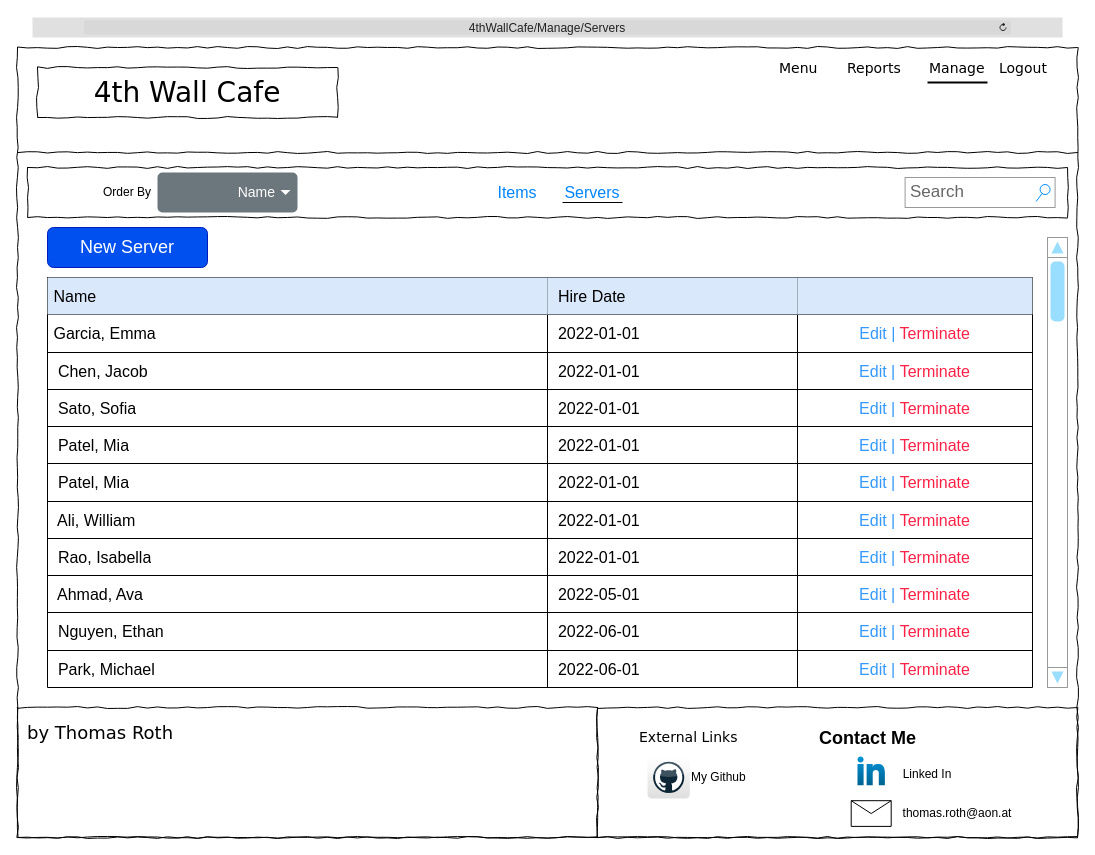
This is WF_Manage_Servers.drawio from TRed91/4thWallCafe, a draw.io file, before an edit. Source tidied: cells renumbered, new cells numbered last; positions are measured from the earlier drawing's top-left corner, leaving out a move shared by most shapes. Both pictures are drawn from the tidied source at 100%, with x=0, y=0 at pixel (17, 17).
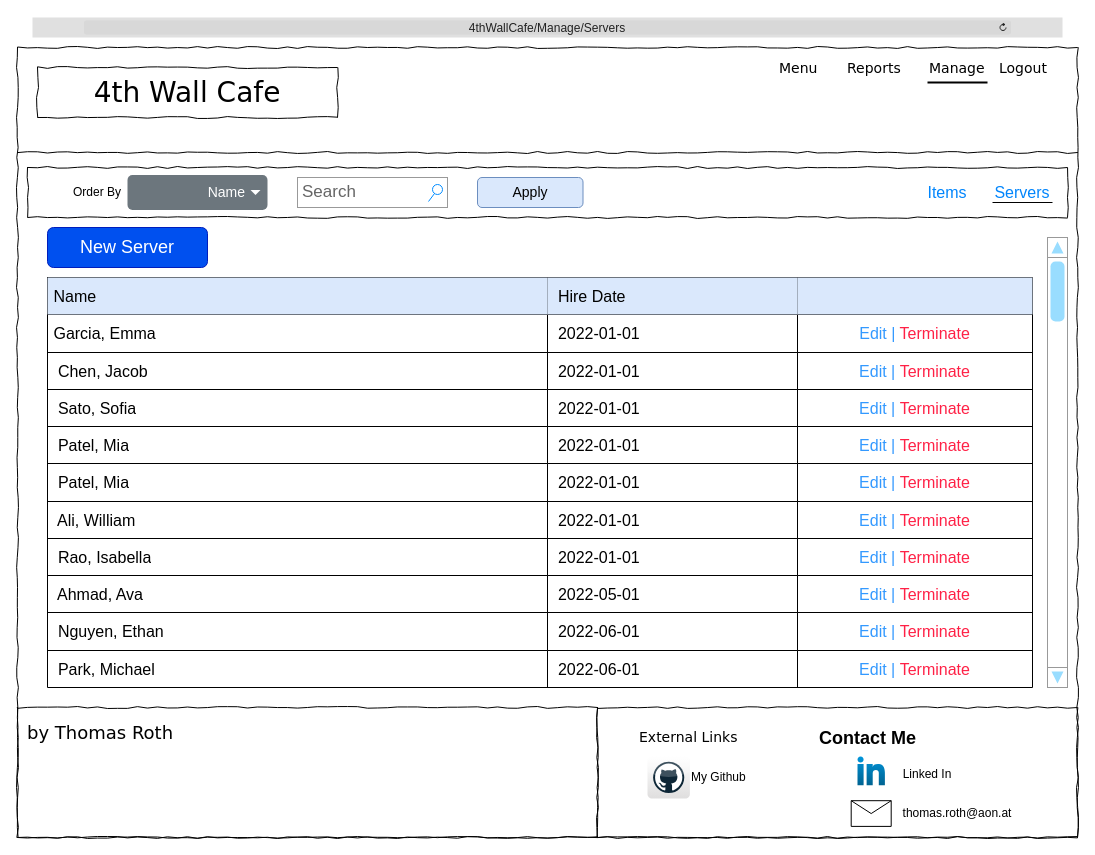
After the change.

The edit, as a diff of the source:
```diff
@@
     <mxCell id="22" value="Order By" style="text;html=1;align=center;verticalAlign=middle;whiteSpace=wrap;rounded=0;" parent="1" vertex="1">
-      <mxGeometry x="80" y="160" width="60" height="30" as="geometry" />
+      <mxGeometry x="50" y="160" width="60" height="30" as="geometry" />
     </mxCell>
     <mxCell id="23" value="Items" style="html=1;shadow=0;dashed=0;shape=mxgraph.bootstrap.rrect;rSize=5;strokeColor=none;strokeWidth=1;fillColor=none;fontColor=#0085FC;whiteSpace=wrap;align=center;verticalAlign=middle;spacingLeft=0;fontStyle=0;fontSize=16;spacing=5;" parent="1" vertex="1">
-      <mxGeometry x="470" y="155" width="60" height="40" as="geometry" />
+      <mxGeometry x="900" y="155" width="60" height="40" as="geometry" />
     </mxCell>
     <mxCell id="24" value="Servers" style="html=1;shadow=0;dashed=0;shape=mxgraph.bootstrap.rrect;rSize=5;strokeColor=none;strokeWidth=1;fillColor=none;fontColor=#0085FC;whiteSpace=wrap;align=center;verticalAlign=middle;spacingLeft=0;fontStyle=0;fontSize=16;spacing=5;" parent="1" vertex="1">
-      <mxGeometry x="545" y="155" width="60" height="40" as="geometry" />
+      <mxGeometry x="975" y="155" width="60" height="40" as="geometry" />
     </mxCell>
     <mxCell id="25" style="line;strokeWidth=1;dashed=0;labelPosition=right;align=left;verticalAlign=middle;spacingTop=0;spacingLeft=6;" parent="1" vertex="1">
-      <mxGeometry x="545" y="180" width="60" height="10" as="geometry" />
+      <mxGeometry x="975" y="180" width="60" height="10" as="geometry" />
     </mxCell>
@@
     <mxCell id="72" value="Search" style="strokeWidth=1;shadow=0;dashed=0;align=center;html=1;shape=mxgraph.mockup.forms.searchBox;strokeColor=#999999;mainText=;strokeColor2=#008cff;fontColor=#666666;fontSize=17;align=left;spacingLeft=3;whiteSpace=wrap;" parent="1" vertex="1">
-      <mxGeometry x="887.6" y="160" width="150" height="30" as="geometry" />
+      <mxGeometry x="280" y="160" width="150" height="30" as="geometry" />
     </mxCell>
     <mxCell id="73" value="Name" style="html=1;shadow=0;dashed=0;shape=mxgraph.bootstrap.rrect;rSize=5;strokeColor=none;strokeWidth=1;fillColor=#6C767D;fontColor=#ffffff;whiteSpace=wrap;align=right;verticalAlign=middle;fontStyle=0;fontSize=14;spacingRight=20;" parent="1" vertex="1">
-      <mxGeometry x="140" y="155" width="140" height="40" as="geometry" />
+      <mxGeometry x="110" y="157.5" width="140" height="35" as="geometry" />
     </mxCell>
@@
+    <mxCell id="76" value="&lt;font style=&quot;font-size: 14px;&quot;&gt;Apply&lt;/font&gt;" style="rounded=1;html=1;shadow=0;dashed=0;whiteSpace=wrap;fontSize=10;fillColor=#dae8fc;align=center;strokeColor=#6c8ebf;" parent="1" vertex="1">
+      <mxGeometry x="460" y="160" width="105.5" height="30" as="geometry" />
+    </mxCell>
```
